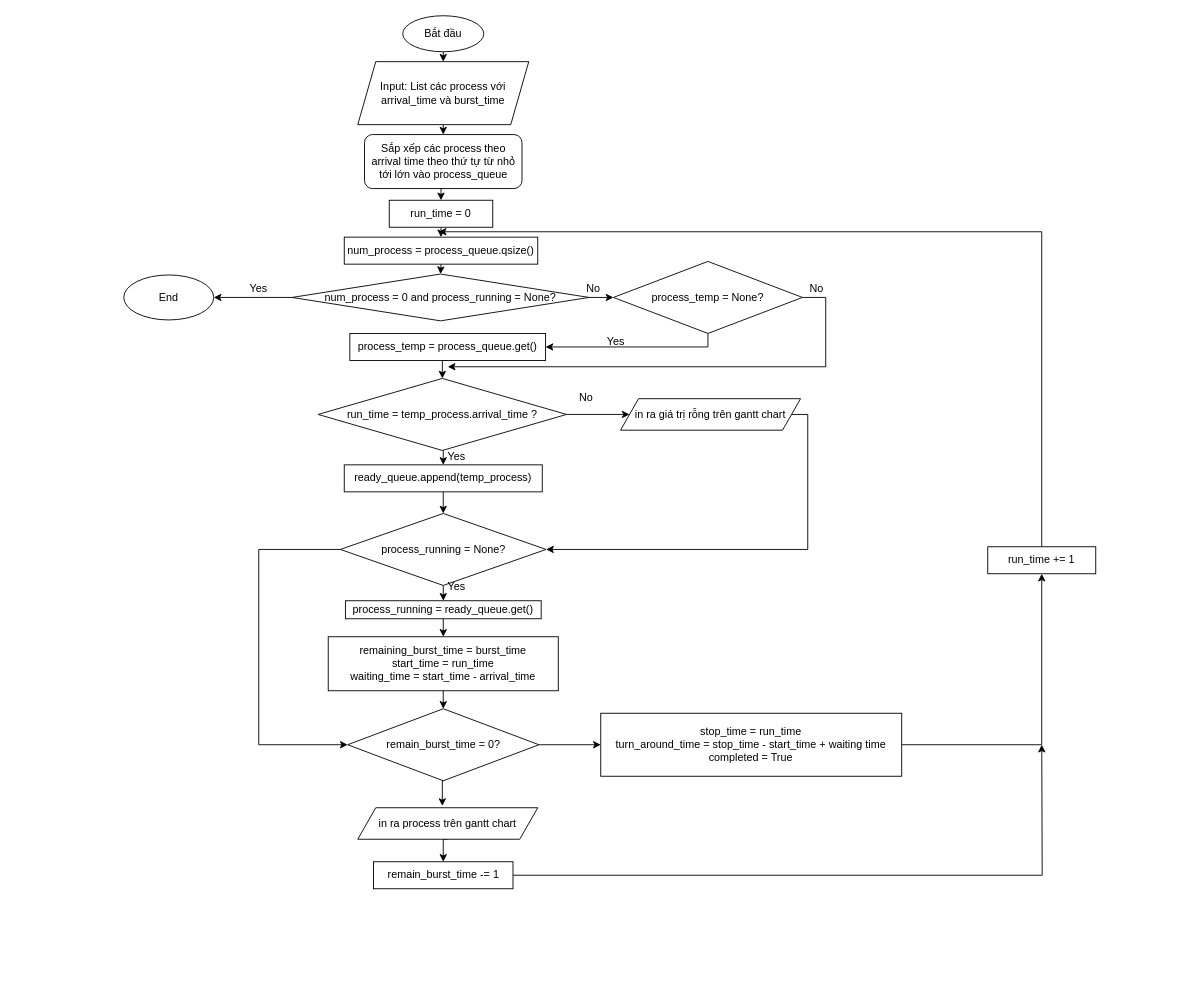
Earlier version of the draw.io diagram FCFS_flow.drawio (Huyzzzzz/CPU_Scheduling). Source tidied: cells renumbered, new cells numbered last; positions are measured from the earlier drawing's top-left corner, leaving out a move shared by most shapes. Both pictures are drawn from the tidied source at 90%, with x=0, y=0 at pixel (123, 15).
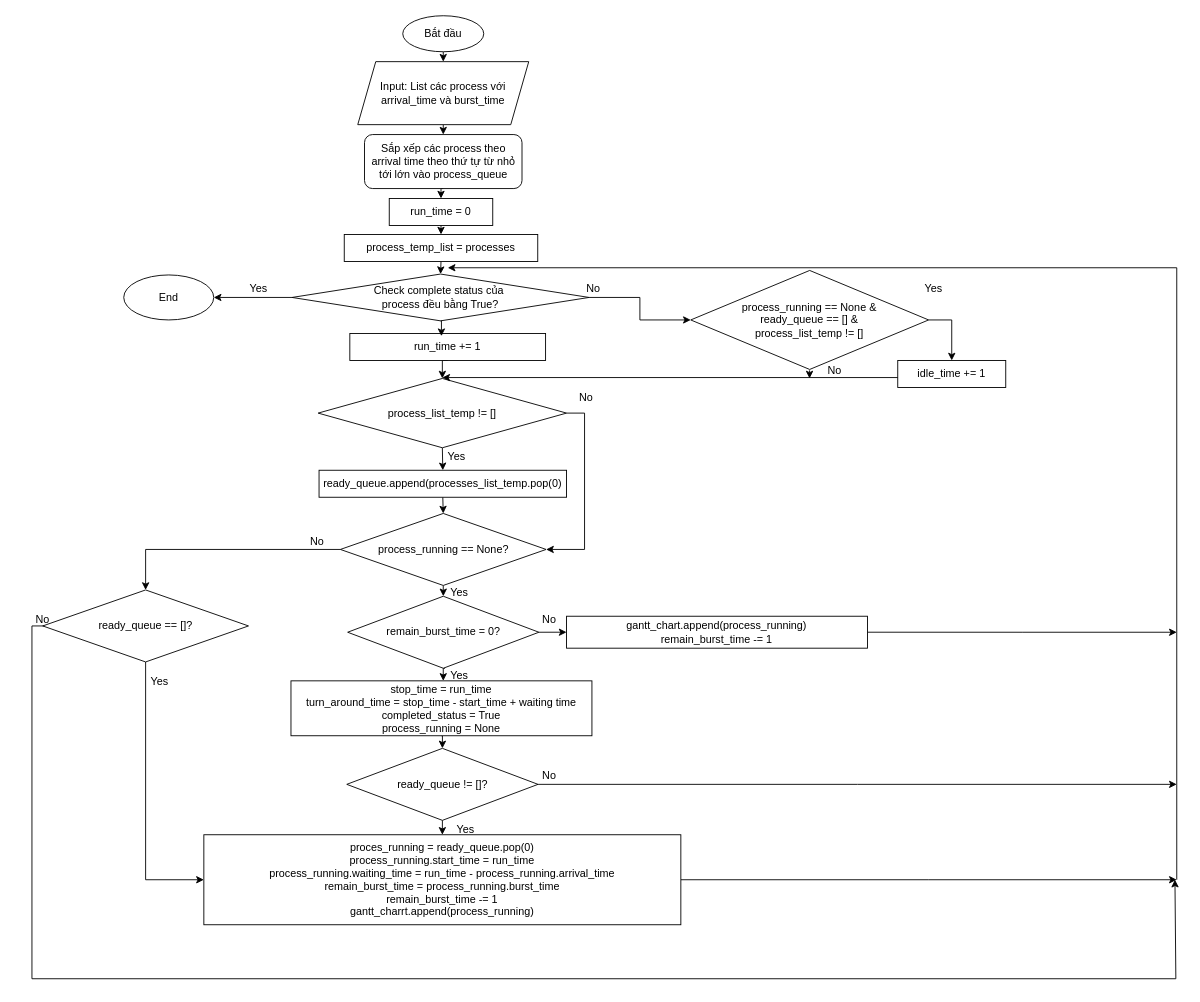
The same diagram, later.

Change to the diagram source:
```diff
@@
-    <mxCell id="3" style="edgeStyle=orthogonalEdgeStyle;rounded=0;jettySize=auto;html=1;exitX=1;exitY=0.5;exitDx=0;exitDy=0;" parent="1" edge="1" source="4">
-      <mxGeometry relative="1" as="geometry">
-        <mxPoint x="1020" y="810" as="targetPoint" />
-      </mxGeometry>
-    </mxCell>
-    <mxCell id="4" value="remain_burst_time -= 1" style="whiteSpace=wrap;html=1;" parent="1" vertex="1">
-      <mxGeometry x="277.5" y="940" width="155" height="30" as="geometry" />
-    </mxCell>
-    <mxCell id="5" style="edgeStyle=orthogonalEdgeStyle;rounded=0;jettySize=auto;html=1;exitX=0.5;exitY=1;exitDx=0;exitDy=0;entryX=0.5;entryY=0;entryDx=0;entryDy=0;" parent="1" edge="1" source="6" target="8">
-      <mxGeometry relative="1" as="geometry" />
-    </mxCell>
-    <mxCell id="6" value="remaining_burst_time = burst_time&lt;br&gt;&lt;div&gt;start_time = run_time&lt;/div&gt;&lt;div&gt;waiting_time = start_time - arrival_time&lt;br&gt;&lt;/div&gt;" style="rounded=0;whiteSpace=wrap;html=1;" parent="1" vertex="1">
-      <mxGeometry x="227.2" y="690" width="255.6" height="60" as="geometry" />
-    </mxCell>
-    <mxCell id="7" style="edgeStyle=orthogonalEdgeStyle;rounded=0;jettySize=auto;html=1;exitX=1;exitY=0.5;exitDx=0;exitDy=0;entryX=0;entryY=0.5;entryDx=0;entryDy=0;" parent="1" edge="1" source="8" target="10">
-      <mxGeometry relative="1" as="geometry" />
-    </mxCell>
+    <mxCell id="56" style="edgeStyle=orthogonalEdgeStyle;rounded=0;orthogonalLoop=1;jettySize=auto;html=1;exitX=0.5;exitY=1;exitDx=0;exitDy=0;entryX=0.5;entryY=0;entryDx=0;entryDy=0;" parent="1" edge="1">
+      <mxGeometry relative="1" as="geometry">
+        <mxPoint x="357" y="725" as="sourcePoint" />
+        <mxPoint x="355" y="739" as="targetPoint" />
+      </mxGeometry>
+    </mxCell>
+    <mxCell id="57" style="edgeStyle=orthogonalEdgeStyle;rounded=0;jettySize=auto;html=1;exitX=1;exitY=0.5;exitDx=0;exitDy=0;entryX=0;entryY=0.5;entryDx=0;entryDy=0;" parent="1" edge="1" source="8" target="77">
+      <mxGeometry relative="1" as="geometry" />
+    </mxCell>
     <mxCell id="8" value="remain_burst_time = 0?" style="rhombus;whiteSpace=wrap;html=1;" parent="1" vertex="1">
-      <mxGeometry x="248.8" y="770" width="212.5" height="80" as="geometry" />
+      <mxGeometry x="248.8" y="645" width="212.5" height="80" as="geometry" />
     </mxCell>
-    <mxCell id="9" style="edgeStyle=orthogonalEdgeStyle;rounded=0;jettySize=auto;html=1;exitX=1;exitY=0.5;exitDx=0;exitDy=0;entryX=0.5;entryY=1;entryDx=0;entryDy=0;" parent="1" edge="1" source="10" target="30">
-      <mxGeometry relative="1" as="geometry" />
-    </mxCell>
+    <mxCell id="58" style="edgeStyle=orthogonalEdgeStyle;rounded=0;jettySize=auto;html=1;exitX=0.5;exitY=1;exitDx=0;exitDy=0;entryX=0.5;entryY=0;entryDx=0;entryDy=0;" parent="1" edge="1" source="10" target="75">
+      <mxGeometry relative="1" as="geometry" />
+    </mxCell>
-    <mxCell id="10" value="&lt;div&gt;stop_time = run_time&lt;br&gt;turn_around_time = stop_time - start_time + waiting time&lt;br&gt;&lt;/div&gt;&lt;div&gt;completed = True&lt;br&gt;&lt;/div&gt;" style="rounded=0;whiteSpace=wrap;html=1;" parent="1" vertex="1">
-      <mxGeometry x="530" y="775" width="334.4" height="70" as="geometry" />
+    <mxCell id="10" value="&lt;div&gt;stop_time = run_time&lt;br&gt;turn_around_time = stop_time - start_time + waiting time&lt;br&gt;&lt;/div&gt;&lt;div&gt;completed_status = True&lt;/div&gt;&lt;div&gt;process_running = None&lt;br&gt;&lt;/div&gt;" style="rounded=0;whiteSpace=wrap;html=1;" parent="1" vertex="1">
+      <mxGeometry x="185.8" y="739" width="334.4" height="61" as="geometry" />
     </mxCell>
@@
-    <mxCell id="13" style="edgeStyle=orthogonalEdgeStyle;rounded=0;jettySize=auto;html=1;exitX=1;exitY=0.5;exitDx=0;exitDy=0;entryX=0;entryY=0.5;entryDx=0;entryDy=0;" parent="1" edge="1" source="14" target="38">
-      <mxGeometry relative="1" as="geometry">
-        <Array as="points">
-          <mxPoint x="554" y="443" />
-        </Array>
-      </mxGeometry>
-    </mxCell>
+    <mxCell id="59" style="edgeStyle=orthogonalEdgeStyle;rounded=0;jettySize=auto;html=1;exitX=1;exitY=0.5;exitDx=0;exitDy=0;entryX=1;entryY=0.5;entryDx=0;entryDy=0;" parent="1" edge="1" source="14" target="33">
+      <mxGeometry relative="1" as="geometry" />
+    </mxCell>
-    <mxCell id="14" value="run_time = temp_process.arrival_time ?" style="rhombus;whiteSpace=wrap;html=1;" parent="1" vertex="1">
-      <mxGeometry x="216" y="403" width="276" height="80" as="geometry" />
+    <mxCell id="14" value="process_list_temp != []" style="rhombus;whiteSpace=wrap;html=1;" parent="1" vertex="1">
+      <mxGeometry x="216" y="403" width="276" height="77" as="geometry" />
     </mxCell>
@@
     <mxCell id="22" value="run_time = 0" style="rounded=0;whiteSpace=wrap;html=1;" parent="1" vertex="1">
-      <mxGeometry x="295" y="205" width="115" height="30" as="geometry" />
+      <mxGeometry x="295" y="203" width="115" height="30" as="geometry" />
     </mxCell>
@@
-    <mxCell id="24" value="num_process = process_queue.qsize()" style="rounded=0;whiteSpace=wrap;html=1;" parent="1" vertex="1">
-      <mxGeometry x="245" y="246" width="215" height="30" as="geometry" />
+    <mxCell id="24" value="process_temp_list = processes" style="rounded=0;whiteSpace=wrap;html=1;" parent="1" vertex="1">
+      <mxGeometry x="245" y="243" width="215" height="30" as="geometry" />
     </mxCell>
@@
-    <mxCell id="26" value="process_temp = process_queue.get()" style="rounded=0;whiteSpace=wrap;html=1;" parent="1" vertex="1">
+    <mxCell id="26" value="run_time += 1" style="rounded=0;whiteSpace=wrap;html=1;" parent="1" vertex="1">
       <mxGeometry x="251.2" y="353" width="217.5" height="30" as="geometry" />
     </mxCell>
@@
-    <mxCell id="28" value="ready_queue.append(temp_process)" style="rounded=0;whiteSpace=wrap;html=1;" parent="1" vertex="1">
-      <mxGeometry x="245" y="499" width="220" height="30" as="geometry" />
+    <mxCell id="28" value="ready_queue.append(processes_list_temp.pop(0)" style="rounded=0;whiteSpace=wrap;html=1;" parent="1" vertex="1">
+      <mxGeometry x="217" y="505" width="275" height="30" as="geometry" />
     </mxCell>
@@
-    <mxCell id="30" value="run_time += 1" style="whiteSpace=wrap;html=1;" parent="1" vertex="1">
-      <mxGeometry x="960" y="590" width="120" height="30" as="geometry" />
-    </mxCell>
-    <mxCell id="31" style="edgeStyle=orthogonalEdgeStyle;rounded=0;jettySize=auto;html=1;exitX=0.5;exitY=1;exitDx=0;exitDy=0;entryX=0.5;entryY=0;entryDx=0;entryDy=0;" parent="1" edge="1" source="33" target="35">
-      <mxGeometry relative="1" as="geometry" />
-    </mxCell>
+    <mxCell id="60" style="edgeStyle=orthogonalEdgeStyle;rounded=0;jettySize=auto;html=1;exitX=0;exitY=0.5;exitDx=0;exitDy=0;entryX=0.5;entryY=0;entryDx=0;entryDy=0;" parent="1" edge="1" source="33" target="70">
+      <mxGeometry relative="1" as="geometry" />
+    </mxCell>
-    <mxCell id="32" style="edgeStyle=orthogonalEdgeStyle;rounded=0;jettySize=auto;html=1;exitX=0;exitY=0.5;exitDx=0;exitDy=0;entryX=0;entryY=0.5;entryDx=0;entryDy=0;" parent="1" edge="1" source="33" target="8">
-      <mxGeometry relative="1" as="geometry">
-        <Array as="points">
-          <mxPoint x="150" y="593" />
-          <mxPoint x="150" y="810" />
-        </Array>
-      </mxGeometry>
+    <mxCell id="32" style="edgeStyle=orthogonalEdgeStyle;rounded=0;jettySize=auto;html=1;exitX=0.5;exitY=1;exitDx=0;exitDy=0;entryX=0.5;entryY=0;entryDx=0;entryDy=0;" parent="1" edge="1" source="33" target="8">
+      <mxGeometry relative="1" as="geometry" />
     </mxCell>
-    <mxCell id="33" value="process_running = None?" style="rhombus;whiteSpace=wrap;html=1;" parent="1" vertex="1">
+    <mxCell id="33" value="process_running == None?" style="rhombus;whiteSpace=wrap;html=1;" parent="1" vertex="1">
       <mxGeometry x="240.7" y="553" width="228.6" height="80" as="geometry" />
     </mxCell>
-    <mxCell id="34" style="edgeStyle=orthogonalEdgeStyle;rounded=0;jettySize=auto;html=1;exitX=0.5;exitY=1;exitDx=0;exitDy=0;entryX=0.5;entryY=0;entryDx=0;entryDy=0;" parent="1" edge="1" source="35" target="6">
-      <mxGeometry relative="1" as="geometry" />
-    </mxCell>
-    <mxCell id="35" value="process_running = ready_queue.get()" style="rounded=0;whiteSpace=wrap;html=1;" parent="1" vertex="1">
-      <mxGeometry x="246.3" y="650" width="217.5" height="20" as="geometry" />
-    </mxCell>
     <mxCell id="36" value="Yes" style="text;html=1;strokeColor=none;fillColor=none;align=center;verticalAlign=middle;whiteSpace=wrap;rounded=0;" parent="1" vertex="1">
-      <mxGeometry x="340" y="620" width="60" height="30" as="geometry" />
+      <mxGeometry x="343" y="626" width="60" height="30" as="geometry" />
     </mxCell>
-    <mxCell id="37" style="edgeStyle=orthogonalEdgeStyle;rounded=0;jettySize=auto;html=1;exitX=1;exitY=0.5;exitDx=0;exitDy=0;entryX=1;entryY=0.5;entryDx=0;entryDy=0;" parent="1" edge="1" source="38" target="33">
-      <mxGeometry relative="1" as="geometry">
-        <Array as="points">
-          <mxPoint x="760" y="443" />
-          <mxPoint x="760" y="593" />
-        </Array>
-      </mxGeometry>
-    </mxCell>
-    <mxCell id="38" value="in ra giá trị rỗng trên gantt chart" style="shape=parallelogram;perimeter=parallelogramPerimeter;whiteSpace=wrap;html=1;fixedSize=1;" parent="1" vertex="1">
-      <mxGeometry x="552" y="425.5" width="200" height="35" as="geometry" />
-    </mxCell>
-    <mxCell id="39" style="edgeStyle=orthogonalEdgeStyle;rounded=0;jettySize=auto;html=1;exitX=0.5;exitY=1;exitDx=0;exitDy=0;entryX=0.5;entryY=0;entryDx=0;entryDy=0;" parent="1" edge="1" source="40" target="4">
-      <mxGeometry relative="1" as="geometry" />
-    </mxCell>
-    <mxCell id="40" value="in ra process trên gantt chart" style="shape=parallelogram;perimeter=parallelogramPerimeter;whiteSpace=wrap;html=1;fixedSize=1;" parent="1" vertex="1">
-      <mxGeometry x="260" y="880" width="200" height="35" as="geometry" />
-    </mxCell>
-    <mxCell id="41" style="edgeStyle=orthogonalEdgeStyle;rounded=0;jettySize=auto;html=1;exitX=0.5;exitY=1;exitDx=0;exitDy=0;entryX=0.47;entryY=-0.057;entryDx=0;entryDy=0;entryPerimeter=0;" parent="1" edge="1" source="8" target="40">
-      <mxGeometry relative="1" as="geometry" />
-    </mxCell>
@@
-    <mxCell id="44" value="num_process = 0 and process_running = None?" style="rhombus;whiteSpace=wrap;html=1;" parent="1" vertex="1">
+    <mxCell id="44" value="&lt;div&gt;Check complete status của&amp;nbsp;&lt;/div&gt;&lt;div&gt;process đều bằng True?&lt;/div&gt;" style="rhombus;whiteSpace=wrap;html=1;" parent="1" vertex="1">
       <mxGeometry x="187" y="287" width="330" height="52" as="geometry" />
     </mxCell>
-    <mxCell id="45" style="endArrow=classic;html=1;rounded=0;" parent="1" edge="1">
-      <mxGeometry relative="1" as="geometry">
-        <mxPoint x="1020" y="240" as="sourcePoint" />
-        <mxPoint x="350" y="240" as="targetPoint" />
-      </mxGeometry>
-    </mxCell>
@@
-    <mxCell id="48" style="edgeStyle=orthogonalEdgeStyle;rounded=0;jettySize=auto;html=1;exitX=0.5;exitY=1;exitDx=0;exitDy=0;entryX=1;entryY=0.5;entryDx=0;entryDy=0;" parent="1" edge="1" source="49" target="26">
-      <mxGeometry relative="1" as="geometry">
-        <Array as="points">
-          <mxPoint x="649" y="368" />
-        </Array>
-      </mxGeometry>
-    </mxCell>
+    <mxCell id="61" style="edgeStyle=orthogonalEdgeStyle;rounded=0;jettySize=auto;html=1;exitX=1;exitY=0.5;exitDx=0;exitDy=0;entryX=0.5;entryY=0;entryDx=0;entryDy=0;" parent="1" edge="1" source="49" target="65">
+      <mxGeometry relative="1" as="geometry" />
+    </mxCell>
+    <mxCell id="62" style="edgeStyle=orthogonalEdgeStyle;rounded=0;orthogonalLoop=1;jettySize=auto;html=1;exitX=0.5;exitY=1;exitDx=0;exitDy=0;" parent="1" edge="1">
+      <mxGeometry relative="1" as="geometry">
+        <mxPoint x="762" y="394" as="sourcePoint" />
+        <mxPoint x="762" y="403" as="targetPoint" />
+        <Array as="points">
+          <mxPoint x="762" y="403" />
+        </Array>
+      </mxGeometry>
+    </mxCell>
-    <mxCell id="49" value="process_temp = None?" style="rhombus;whiteSpace=wrap;html=1;" parent="1" vertex="1">
-      <mxGeometry x="544.1" y="273" width="210" height="80" as="geometry" />
+    <mxCell id="49" value="&lt;div&gt;process_running == None &amp;amp;&lt;/div&gt;&lt;div&gt;ready_queue == [] &amp;amp;&lt;/div&gt;&lt;div&gt;process_list_temp != []&lt;br&gt;&lt;/div&gt;" style="rhombus;whiteSpace=wrap;html=1;" parent="1" vertex="1">
+      <mxGeometry x="630" y="283" width="264.3" height="110" as="geometry" />
     </mxCell>
-    <mxCell id="50" style="endArrow=classic;html=1;rounded=0;" parent="1" edge="1">
-      <mxGeometry relative="1" as="geometry">
-        <mxPoint x="780" y="390" as="sourcePoint" />
-        <mxPoint x="360" y="390" as="targetPoint" />
-      </mxGeometry>
-    </mxCell>
     <mxCell id="51" value="Yes" style="text;html=1;strokeColor=none;fillColor=none;align=center;verticalAlign=middle;whiteSpace=wrap;rounded=0;" parent="1" vertex="1">
-      <mxGeometry x="517" y="347" width="60" height="30" as="geometry" />
+      <mxGeometry x="870" y="288" width="60" height="30" as="geometry" />
     </mxCell>
-    <mxCell id="52" value="&lt;div&gt;No&lt;/div&gt;" style="text;html=1;strokeColor=none;fillColor=none;align=center;verticalAlign=middle;whiteSpace=wrap;rounded=0;" parent="1" vertex="1">
-      <mxGeometry x="740" y="288" width="60" height="30" as="geometry" />
-    </mxCell>
-    <mxCell id="53" style="endArrow=none;html=1;rounded=0;" parent="1" edge="1">
-      <mxGeometry relative="1" as="geometry">
-        <mxPoint x="780" y="313" as="sourcePoint" />
-        <mxPoint x="780" y="390" as="targetPoint" />
-      </mxGeometry>
-    </mxCell>
-    <mxCell id="54" style="endArrow=none;html=1;rounded=0;exitX=1;exitY=0.5;exitDx=0;exitDy=0;" parent="1" edge="1" source="49">
-      <mxGeometry relative="1" as="geometry">
-        <mxPoint x="780" y="313" as="targetPoint" />
-      </mxGeometry>
-    </mxCell>
-    <mxCell id="55" style="endArrow=none;html=1;rounded=0;exitX=0.5;exitY=0;exitDx=0;exitDy=0;" parent="1" edge="1" source="30">
-      <mxGeometry relative="1" as="geometry">
-        <mxPoint x="1020" y="240" as="targetPoint" />
-      </mxGeometry>
-    </mxCell>
+    <mxCell id="63" style="edgeStyle=orthogonalEdgeStyle;rounded=0;jettySize=auto;html=1;exitX=0.5;exitY=1;exitDx=0;exitDy=0;entryX=0.468;entryY=0.1;entryDx=0;entryDy=0;entryPerimeter=0;" parent="1" edge="1" source="44" target="26">
+      <mxGeometry relative="1" as="geometry" />
+    </mxCell>
+    <mxCell id="64" style="edgeStyle=orthogonalEdgeStyle;rounded=0;orthogonalLoop=1;jettySize=auto;html=1;exitX=0;exitY=0.5;exitDx=0;exitDy=0;" parent="1" edge="1">
+      <mxGeometry relative="1" as="geometry">
+        <mxPoint x="864" y="402" as="sourcePoint" />
+        <mxPoint x="354" y="402" as="targetPoint" />
+      </mxGeometry>
+    </mxCell>
+    <mxCell id="65" value="idle_time += 1" style="whiteSpace=wrap;html=1;" parent="1" vertex="1">
+      <mxGeometry x="860" y="383" width="120" height="30" as="geometry" />
+    </mxCell>
+    <mxCell id="66" value="&lt;div&gt;No&lt;/div&gt;" style="text;html=1;strokeColor=none;fillColor=none;align=center;verticalAlign=middle;whiteSpace=wrap;rounded=0;" parent="1" vertex="1">
+      <mxGeometry x="760" y="380" width="60" height="30" as="geometry" />
+    </mxCell>
+    <mxCell id="67" value="&lt;div&gt;No&lt;/div&gt;" style="text;html=1;strokeColor=none;fillColor=none;align=center;verticalAlign=middle;whiteSpace=wrap;rounded=0;" parent="1" vertex="1">
+      <mxGeometry x="185" y="570" width="60" height="30" as="geometry" />
+    </mxCell>
+    <mxCell id="68" style="edgeStyle=orthogonalEdgeStyle;rounded=0;jettySize=auto;html=1;exitX=0.5;exitY=1;exitDx=0;exitDy=0;entryX=0;entryY=0.5;entryDx=0;entryDy=0;" parent="1" edge="1" source="70" target="72">
+      <mxGeometry relative="1" as="geometry" />
+    </mxCell>
+    <mxCell id="69" style="edgeStyle=orthogonalEdgeStyle;rounded=0;orthogonalLoop=1;jettySize=auto;html=1;exitX=0;exitY=0.5;exitDx=0;exitDy=0;" parent="1" edge="1">
+      <mxGeometry relative="1" as="geometry">
+        <mxPoint x="-82" y="678" as="sourcePoint" />
+        <mxPoint x="1168" y="960" as="targetPoint" />
+        <Array as="points">
+          <mxPoint x="-102" y="678" />
+          <mxPoint x="-102" y="1070" />
+          <mxPoint x="1169" y="1070" />
+        </Array>
+      </mxGeometry>
+    </mxCell>
+    <mxCell id="70" value="ready_queue == []?" style="rhombus;whiteSpace=wrap;html=1;" parent="1" vertex="1">
+      <mxGeometry x="-90" y="638" width="228.6" height="80" as="geometry" />
+    </mxCell>
+    <mxCell id="71" style="edgeStyle=orthogonalEdgeStyle;rounded=0;jettySize=auto;html=1;exitX=1;exitY=0.5;exitDx=0;exitDy=0;" parent="1" edge="1" source="72">
+      <mxGeometry relative="1" as="geometry">
+        <mxPoint x="1170" y="960" as="targetPoint" />
+      </mxGeometry>
+    </mxCell>
+    <mxCell id="72" value="&lt;div&gt;proces_running = ready_queue.pop(0)&lt;/div&gt;&lt;div&gt;process_running.start_time = run_time&lt;/div&gt;&lt;div&gt;process_running.waiting_time = run_time - process_running.arrival_time&lt;br&gt;&lt;/div&gt;&lt;div&gt;remain_burst_time = process_running.burst_time&lt;/div&gt;&lt;div&gt;remain_burst_time -= 1&lt;/div&gt;&lt;div&gt;gantt_charrt.append(process_running)&lt;br&gt;&lt;/div&gt;" style="rounded=0;whiteSpace=wrap;html=1;" parent="1" vertex="1">
+      <mxGeometry x="89" y="910" width="530" height="100" as="geometry" />
+    </mxCell>
+    <mxCell id="73" style="edgeStyle=orthogonalEdgeStyle;rounded=0;jettySize=auto;html=1;exitX=0.5;exitY=1;exitDx=0;exitDy=0;entryX=0.5;entryY=0;entryDx=0;entryDy=0;" parent="1" edge="1" source="75" target="72">
+      <mxGeometry relative="1" as="geometry" />
+    </mxCell>
+    <mxCell id="74" style="edgeStyle=orthogonalEdgeStyle;rounded=0;jettySize=auto;html=1;exitX=1;exitY=0.5;exitDx=0;exitDy=0;" parent="1" edge="1" source="75">
+      <mxGeometry relative="1" as="geometry">
+        <mxPoint x="1170" y="854" as="targetPoint" />
+      </mxGeometry>
+    </mxCell>
+    <mxCell id="75" value="ready_queue != []?" style="rhombus;whiteSpace=wrap;html=1;" parent="1" vertex="1">
+      <mxGeometry x="247.8" y="814" width="212.5" height="80" as="geometry" />
+    </mxCell>
+    <mxCell id="76" style="edgeStyle=orthogonalEdgeStyle;rounded=0;jettySize=auto;html=1;exitX=1;exitY=0.5;exitDx=0;exitDy=0;" parent="1" edge="1" source="77">
+      <mxGeometry relative="1" as="geometry">
+        <mxPoint x="1170" y="685" as="targetPoint" />
+      </mxGeometry>
+    </mxCell>
+    <mxCell id="77" value="&lt;div&gt;gantt_chart.append(process_running)&lt;/div&gt;&lt;div&gt;remain_burst_time -= 1&lt;br&gt;&lt;/div&gt;" style="rounded=0;whiteSpace=wrap;html=1;" parent="1" vertex="1">
+      <mxGeometry x="492" y="667.2" width="334.4" height="35.5" as="geometry" />
+    </mxCell>
+    <mxCell id="78" value="Yes" style="text;html=1;strokeColor=none;fillColor=none;align=center;verticalAlign=middle;whiteSpace=wrap;rounded=0;" parent="1" vertex="1">
+      <mxGeometry x="343" y="718" width="60" height="30" as="geometry" />
+    </mxCell>
+    <mxCell id="79" value="&lt;div&gt;No&lt;/div&gt;" style="text;html=1;strokeColor=none;fillColor=none;align=center;verticalAlign=middle;whiteSpace=wrap;rounded=0;" parent="1" vertex="1">
+      <mxGeometry x="442.5" y="656" width="60" height="30" as="geometry" />
+    </mxCell>
+    <mxCell id="80" value="Yes" style="text;html=1;strokeColor=none;fillColor=none;align=center;verticalAlign=middle;whiteSpace=wrap;rounded=0;" parent="1" vertex="1">
+      <mxGeometry x="10" y="725" width="60" height="30" as="geometry" />
+    </mxCell>
+    <mxCell id="81" style="endArrow=none;html=1;rounded=0;" parent="1" edge="1">
+      <mxGeometry relative="1" as="geometry">
+        <mxPoint x="1170" y="960" as="sourcePoint" />
+        <mxPoint x="1170" y="280" as="targetPoint" />
+      </mxGeometry>
+    </mxCell>
+    <mxCell id="82" value="&lt;div&gt;No&lt;/div&gt;" style="text;html=1;strokeColor=none;fillColor=none;align=center;verticalAlign=middle;whiteSpace=wrap;rounded=0;" parent="1" vertex="1">
+      <mxGeometry x="-120" y="656" width="60" height="30" as="geometry" />
+    </mxCell>
+    <mxCell id="83" style="endArrow=classic;html=1;rounded=0;" parent="1" edge="1">
+      <mxGeometry relative="1" as="geometry">
+        <mxPoint x="1170" y="280" as="sourcePoint" />
+        <mxPoint x="360" y="280" as="targetPoint" />
+      </mxGeometry>
+    </mxCell>
+    <mxCell id="84" value="&lt;div&gt;No&lt;/div&gt;" style="text;html=1;strokeColor=none;fillColor=none;align=center;verticalAlign=middle;whiteSpace=wrap;rounded=0;" parent="1" vertex="1">
+      <mxGeometry x="442.5" y="830" width="60" height="30" as="geometry" />
+    </mxCell>
+    <mxCell id="85" value="Yes" style="text;html=1;strokeColor=none;fillColor=none;align=center;verticalAlign=middle;whiteSpace=wrap;rounded=0;" parent="1" vertex="1">
+      <mxGeometry x="350" y="890" width="60" height="30" as="geometry" />
+    </mxCell>
```
